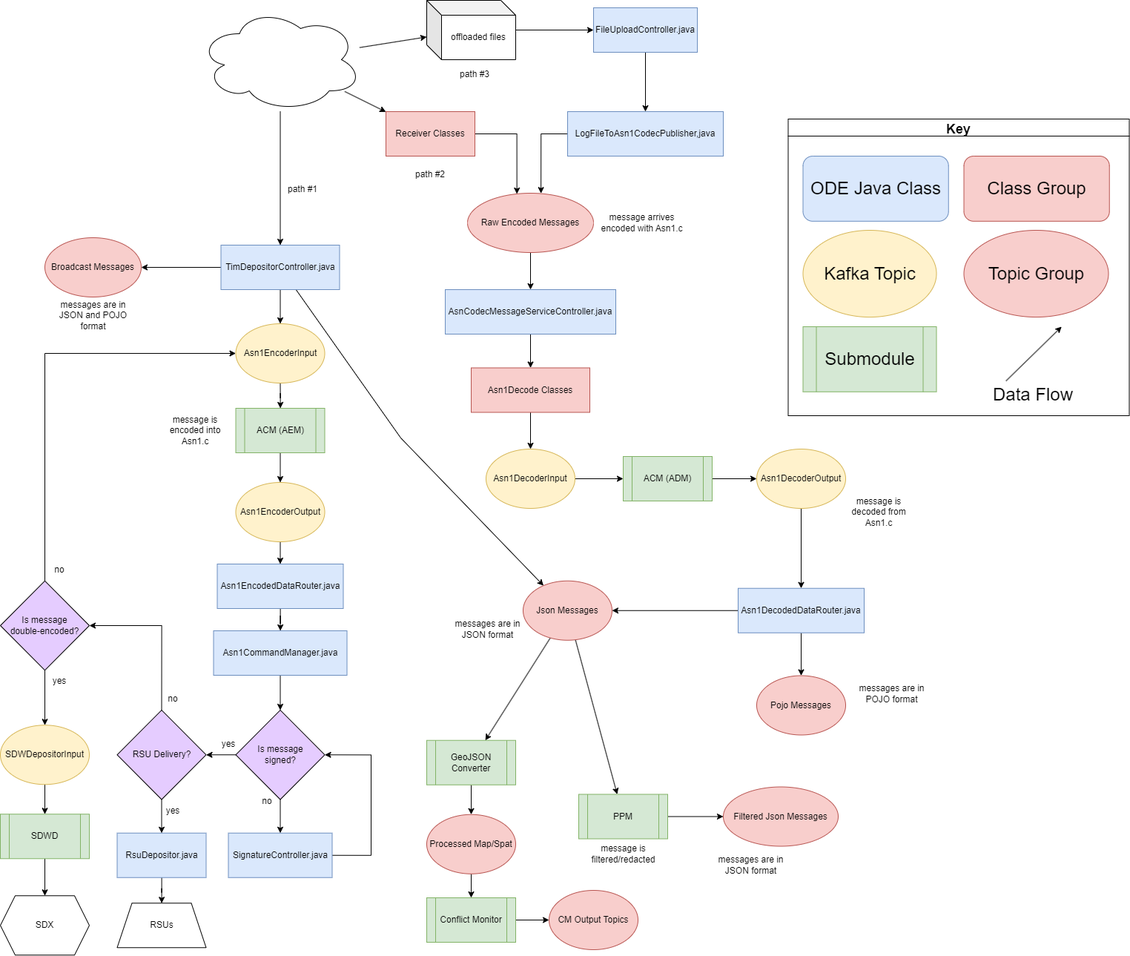
usdot-jpo-ode/jpo-ode keeps this draw.io diagram as docs/data-flow-diagrams/ODE Data Flow Overview.drawio.png. Above is the earlier version. Source tidied: cells renumbered, new cells last; positions are measured from the earlier drawing's top-left corner, leaving out a move shared by most shapes.
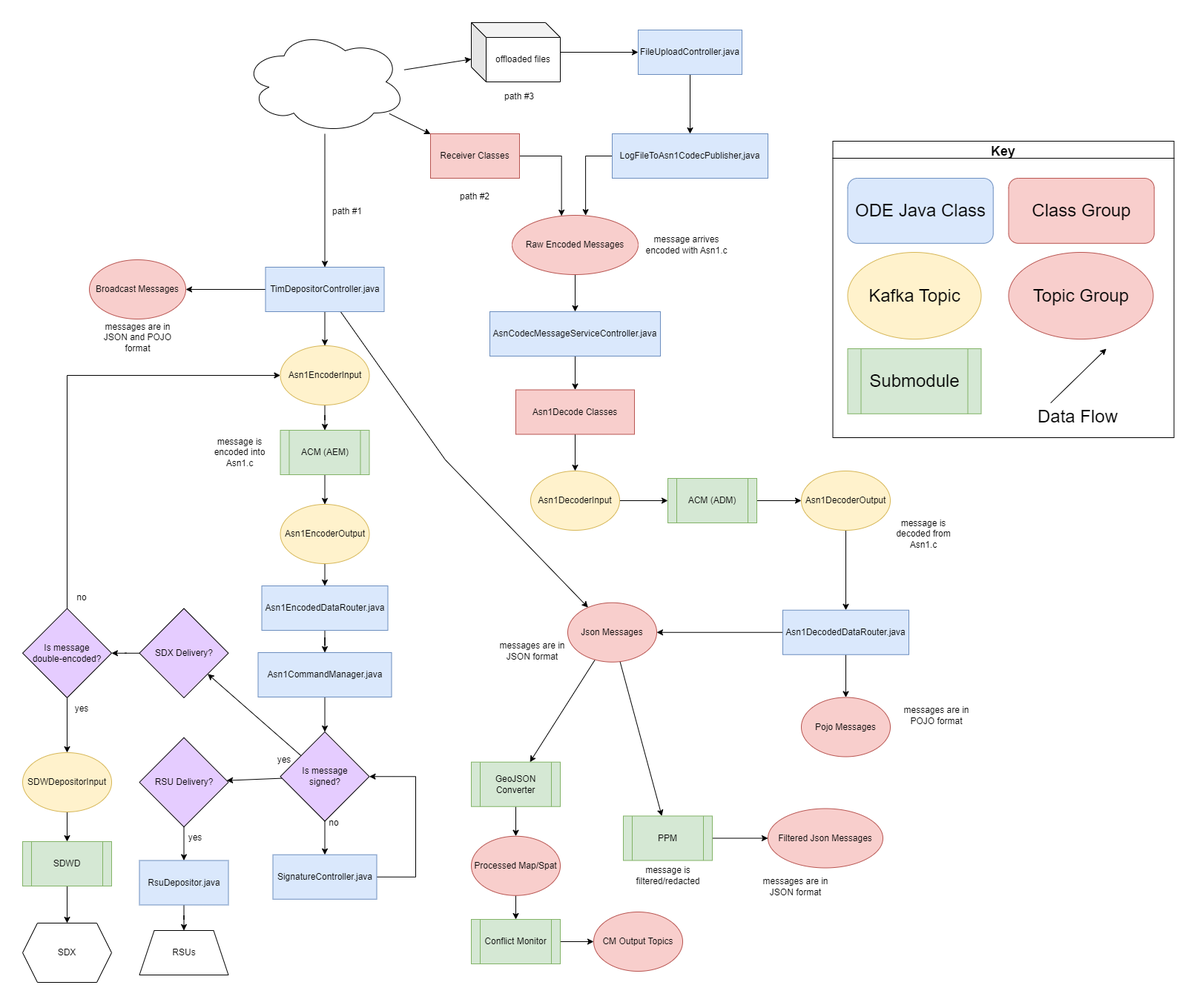
After the commit.

Commit message:
Adjusted data flow diagrams to reflect SDX & RSU delivery

Change to the diagram source:
```diff
@@ -106,7 +106,7 @@
       <mxGeometry relative="1" as="geometry" />
     </mxCell>
     <mxCell id="35" value="SDWDepositorInput" style="ellipse;whiteSpace=wrap;html=1;fillColor=#fff2cc;strokeColor=#d6b656;" parent="1" vertex="1">
-      <mxGeometry y="977.2" width="120" height="80" as="geometry" />
+      <mxGeometry x="-30" y="985" width="120" height="80" as="geometry" />
     </mxCell>
     <mxCell id="36" style="edgeStyle=orthogonalEdgeStyle;rounded=0;jettySize=auto;html=1;" parent="1" edge="1" source="37" target="33">
       <mxGeometry relative="1" as="geometry" />
@@ -136,7 +136,7 @@
       <mxGeometry relative="1" as="geometry" />
     </mxCell>
     <mxCell id="45" value="SDWD" style="shape=process;whiteSpace=wrap;html=1;backgroundOutline=1;fillColor=#d5e8d4;strokeColor=#82b366;" parent="1" vertex="1">
-      <mxGeometry y="1097.2" width="120" height="60" as="geometry" />
+      <mxGeometry x="-30" y="1105" width="120" height="60" as="geometry" />
     </mxCell>
     <mxCell id="46" value="Broadcast Messages" style="ellipse;whiteSpace=wrap;html=1;fillColor=#f8cecc;strokeColor=#b85450;" parent="1" vertex="1">
       <mxGeometry x="60" y="320" width="130" height="80" as="geometry" />
@@ -166,7 +166,7 @@
       <mxGeometry x="72.5" y="400" width="105" height="50" as="geometry" />
     </mxCell>
     <mxCell id="55" value="RSUs" style="shape=trapezoid;perimeter=trapezoidPerimeter;whiteSpace=wrap;html=1;fixedSize=1;" parent="1" vertex="1">
-      <mxGeometry x="157.5" y="1217.2" width="120" height="60" as="geometry" />
+      <mxGeometry x="127.5" y="1225" width="120" height="60" as="geometry" />
     </mxCell>
     <mxCell id="56" value="Key" style="swimlane;labelBackgroundColor=none;fontSize=18;" parent="1" vertex="1">
       <mxGeometry x="1062.5" y="160" width="460" height="400" as="geometry" />
@@ -199,13 +199,13 @@
       <mxGeometry y="70" width="120" height="43.9" as="geometry" />
     </mxCell>
     <mxCell id="65" value="SDX" style="shape=hexagon;perimeter=hexagonPerimeter2;whiteSpace=wrap;html=1;fixedSize=1;" parent="1" vertex="1">
-      <mxGeometry y="1207.2" width="120" height="80" as="geometry" />
+      <mxGeometry x="-30" y="1215" width="120" height="80" as="geometry" />
     </mxCell>
     <mxCell id="66" style="edgeStyle=orthogonalEdgeStyle;rounded=0;jettySize=auto;html=1;" parent="1" edge="1" source="67" target="55">
       <mxGeometry relative="1" as="geometry" />
     </mxCell>
     <mxCell id="67" value="RsuDepositor.java" style="rounded=0;whiteSpace=wrap;html=1;fillColor=#dae8fc;strokeColor=#6c8ebf;" parent="1" vertex="1">
-      <mxGeometry x="157.5" y="1122.8" width="120" height="60" as="geometry" />
+      <mxGeometry x="127.5" y="1130.5" width="120" height="60" as="geometry" />
     </mxCell>
     <mxCell id="68" style="edgeStyle=orthogonalEdgeStyle;rounded=0;jettySize=auto;html=1;" parent="1" edge="1" source="69" target="14">
       <mxGeometry relative="1" as="geometry" />
@@ -220,43 +220,40 @@
       <mxGeometry relative="1" as="geometry" />
     </mxCell>
     <mxCell id="72" value="Is message&lt;br&gt;double-encoded?" style="rhombus;whiteSpace=wrap;html=1;fillColor=#E5CCFF;" parent="1" vertex="1">
-      <mxGeometry y="782.8" width="120" height="120.5" as="geometry" />
+      <mxGeometry x="-30" y="790.5" width="120" height="120.5" as="geometry" />
     </mxCell>
     <mxCell id="73" style="edgeStyle=orthogonalEdgeStyle;rounded=0;jettySize=auto;html=1;exitX=0.5;exitY=1;exitDx=0;exitDy=0;" parent="1" edge="1" source="75" target="67">
       <mxGeometry relative="1" as="geometry" />
     </mxCell>
-    <mxCell id="74" style="edgeStyle=orthogonalEdgeStyle;rounded=0;jettySize=auto;html=1;entryX=1;entryY=0.5;entryDx=0;entryDy=0;exitX=0.5;exitY=0;exitDx=0;exitDy=0;" parent="1" edge="1" source="75" target="72">
-      <mxGeometry relative="1" as="geometry" />
-    </mxCell>
     <mxCell id="75" value="RSU Delivery?" style="rhombus;whiteSpace=wrap;html=1;fillColor=#E5CCFF;" parent="1" vertex="1">
-      <mxGeometry x="157.5" y="957" width="120" height="120.5" as="geometry" />
+      <mxGeometry x="127.5" y="964.8" width="120" height="120.5" as="geometry" />
     </mxCell>
     <mxCell id="76" value="yes" style="text;html=1;strokeColor=none;fillColor=none;align=center;verticalAlign=middle;whiteSpace=wrap;rounded=0;" parent="1" vertex="1">
-      <mxGeometry x="202.5" y="1077.5" width="60" height="30" as="geometry" />
+      <mxGeometry x="172.5" y="1085.2" width="60" height="30" as="geometry" />
     </mxCell>
-    <mxCell id="77" value="no" style="text;html=1;strokeColor=none;fillColor=none;align=center;verticalAlign=middle;whiteSpace=wrap;rounded=0;" parent="1" vertex="1">
-      <mxGeometry x="202.5" y="927" width="60" height="30" as="geometry" />
-    </mxCell>
     <mxCell id="78" value="yes" style="text;html=1;strokeColor=none;fillColor=none;align=center;verticalAlign=middle;whiteSpace=wrap;rounded=0;" parent="1" vertex="1">
-      <mxGeometry x="50" y="903.2" width="60" height="30" as="geometry" />
+      <mxGeometry x="20" y="911" width="60" height="30" as="geometry" />
     </mxCell>
     <mxCell id="79" value="no" style="text;html=1;strokeColor=none;fillColor=none;align=center;verticalAlign=middle;whiteSpace=wrap;rounded=0;" parent="1" vertex="1">
-      <mxGeometry x="50" y="752.8" width="60" height="30" as="geometry" />
+      <mxGeometry x="20" y="760.5" width="60" height="30" as="geometry" />
     </mxCell>
+    <mxCell id="81" style="edgeStyle=orthogonalEdgeStyle;rounded=0;jettySize=auto;html=1;" parent="1" edge="1" source="82" target="86">
+      <mxGeometry relative="1" as="geometry" />
+    </mxCell>
-    <mxCell id="80" style="edgeStyle=orthogonalEdgeStyle;rounded=0;jettySize=auto;html=1;" parent="1" edge="1" source="82" target="75">
+    <mxCell id="80" style="rounded=0;jettySize=auto;html=1;" parent="1" edge="1" source="82" target="75">
       <mxGeometry relative="1" as="geometry" />
     </mxCell>
-    <mxCell id="81" style="edgeStyle=orthogonalEdgeStyle;rounded=0;jettySize=auto;html=1;" parent="1" edge="1" source="82" target="86">
-      <mxGeometry relative="1" as="geometry" />
-    </mxCell>
+    <mxCell id="103" style="rounded=0;jettySize=auto;html=1;" parent="1" edge="1" source="82" target="105">
+      <mxGeometry relative="1" as="geometry" />
+    </mxCell>
     <mxCell id="82" value="Is message&lt;br&gt;signed?" style="rhombus;whiteSpace=wrap;html=1;fillColor=#E5CCFF;" parent="1" vertex="1">
       <mxGeometry x="317.5" y="957" width="120" height="120.5" as="geometry" />
     </mxCell>
     <mxCell id="83" value="yes" style="text;html=1;strokeColor=none;fillColor=none;align=center;verticalAlign=middle;whiteSpace=wrap;rounded=0;" parent="1" vertex="1">
-      <mxGeometry x="277.5" y="987.8" width="60" height="30" as="geometry" />
+      <mxGeometry x="292.5" y="980" width="60" height="30" as="geometry" />
     </mxCell>
     <mxCell id="84" value="no" style="text;html=1;strokeColor=none;fillColor=none;align=center;verticalAlign=middle;whiteSpace=wrap;rounded=0;" parent="1" vertex="1">
-      <mxGeometry x="330" y="1065" width="60" height="30" as="geometry" />
+      <mxGeometry x="360" y="1065" width="60" height="30" as="geometry" />
     </mxCell>
     <mxCell id="85" style="edgeStyle=orthogonalEdgeStyle;rounded=0;jettySize=auto;html=1;entryX=1;entryY=0.5;entryDx=0;entryDy=0;exitX=1;exitY=0.5;exitDx=0;exitDy=0;" parent="1" edge="1" source="86" target="82">
       <mxGeometry relative="1" as="geometry">
@@ -317,5 +314,11 @@
     <mxCell id="102" value="path #3" style="text;html=1;strokeColor=none;fillColor=none;align=center;verticalAlign=middle;whiteSpace=wrap;rounded=0;" parent="1" vertex="1">
       <mxGeometry x="610" y="85" width="60" height="30" as="geometry" />
     </mxCell>
+    <mxCell id="104" style="edgeStyle=orthogonalEdgeStyle;rounded=0;jettySize=auto;html=1;" parent="1" edge="1" source="105" target="72">
+      <mxGeometry relative="1" as="geometry" />
+    </mxCell>
+    <mxCell id="105" value="SDX Delivery?" style="rhombus;whiteSpace=wrap;html=1;fillColor=#E5CCFF;" parent="1" vertex="1">
+      <mxGeometry x="127.5" y="790.5" width="120" height="120.5" as="geometry" />
+    </mxCell>
   </root>
 </mxGraphModel>
```
